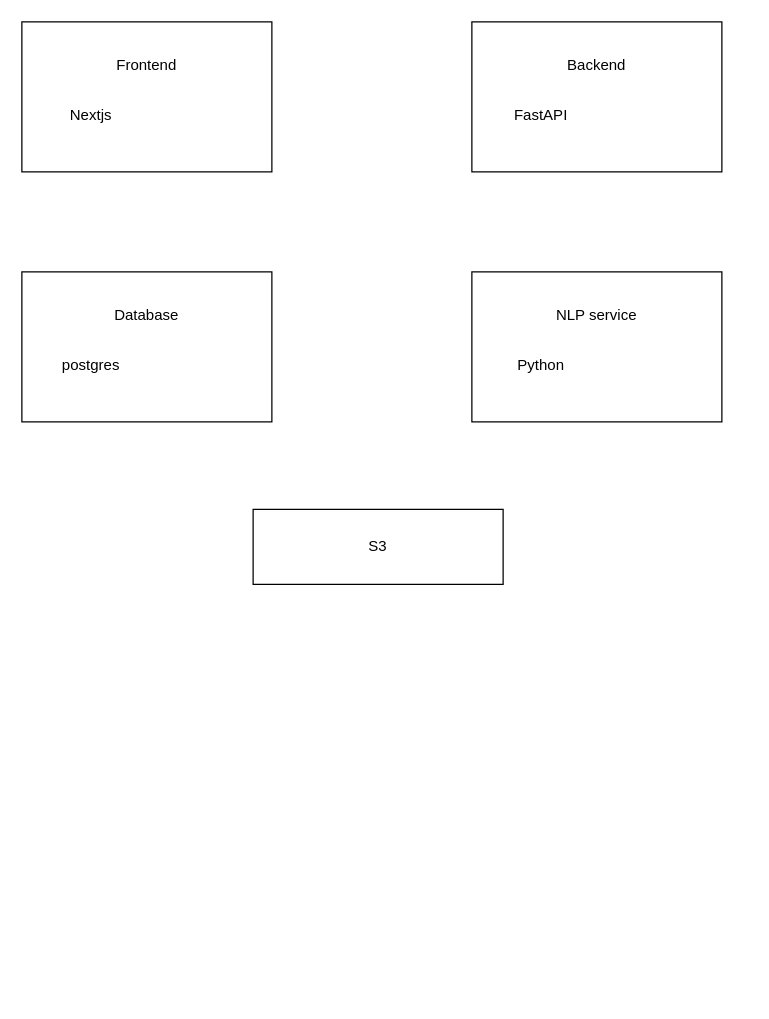
Before: arch.drawio in JhonSanz/smartmenu-ai, a draw.io diagram. Source tidied: cells renumbered, new cells numbered last; positions are measured from the earlier drawing's top-left corner, leaving out a move shared by most shapes. Both pictures are drawn from the tidied source at 125%, with x=0, y=0 at pixel (21, 21).
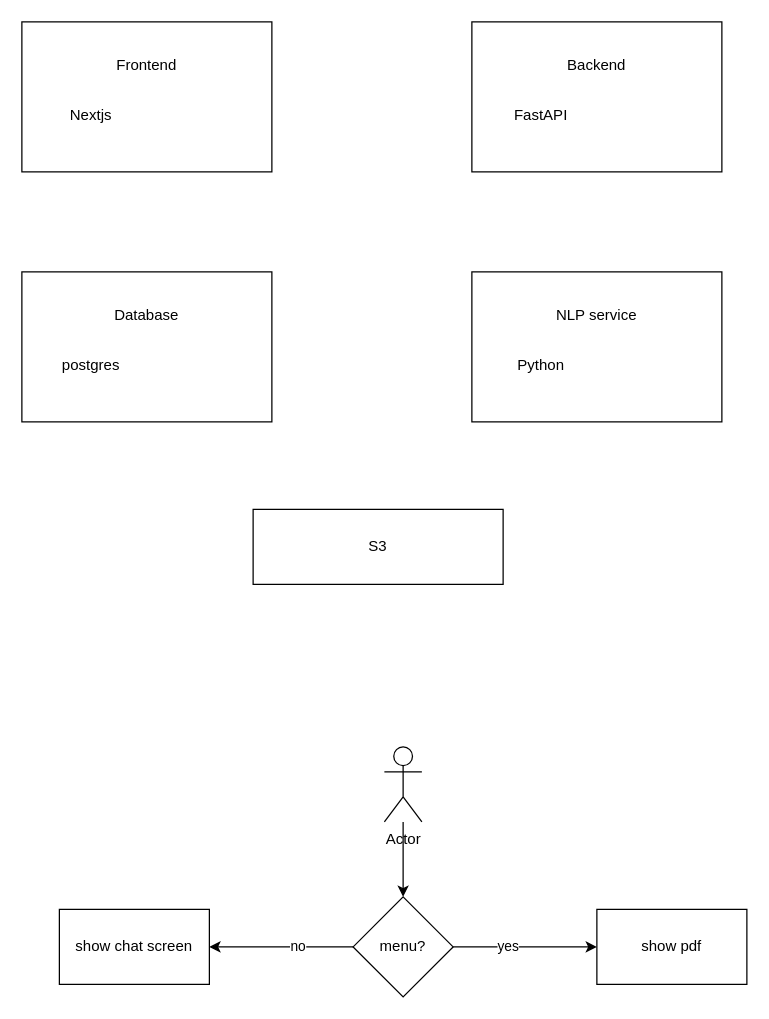
After the change.

Change to the diagram source:
```diff
@@
+    <mxCell id="16" style="edgeStyle=none;html=1;entryX=0.5;entryY=0;entryDx=0;entryDy=0;" parent="1" edge="1" source="17" target="22">
+      <mxGeometry relative="1" as="geometry" />
+    </mxCell>
+    <mxCell id="17" value="Actor" style="shape=umlActor;verticalLabelPosition=bottom;verticalAlign=top;html=1;outlineConnect=0;fillColor=none;" parent="1" vertex="1">
+      <mxGeometry x="290" y="580" width="30" height="60" as="geometry" />
+    </mxCell>
+    <mxCell id="18" style="edgeStyle=none;html=1;entryX=0;entryY=0.5;entryDx=0;entryDy=0;" parent="1" edge="1" source="22" target="23">
+      <mxGeometry relative="1" as="geometry" />
+    </mxCell>
+    <mxCell id="19" value="yes" style="edgeLabel;html=1;align=center;verticalAlign=middle;" parent="18" vertex="1">
+      <mxGeometry x="-0.26" y="1" relative="1" as="geometry" />
+    </mxCell>
+    <mxCell id="20" style="edgeStyle=none;html=1;entryX=1;entryY=0.5;entryDx=0;entryDy=0;" parent="1" edge="1" source="22" target="24">
+      <mxGeometry relative="1" as="geometry" />
+    </mxCell>
+    <mxCell id="21" value="no" style="edgeLabel;html=1;align=center;verticalAlign=middle;" parent="20" vertex="1">
+      <mxGeometry x="-0.21" y="-1" relative="1" as="geometry" />
+    </mxCell>
+    <mxCell id="22" value="menu?" style="rhombus;whiteSpace=wrap;html=1;fillColor=none;" parent="1" vertex="1">
+      <mxGeometry x="265" y="700" width="80" height="80" as="geometry" />
+    </mxCell>
+    <mxCell id="23" value="show pdf" style="whiteSpace=wrap;html=1;fillColor=none;" parent="1" vertex="1">
+      <mxGeometry x="460" y="710" width="120" height="60" as="geometry" />
+    </mxCell>
+    <mxCell id="24" value="show chat screen" style="whiteSpace=wrap;html=1;fillColor=none;" parent="1" vertex="1">
+      <mxGeometry x="30" y="710" width="120" height="60" as="geometry" />
+    </mxCell>
```
